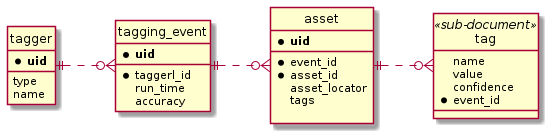
Earlier version of the PlantUML export docs/images/model.png (als-computing/splash-ml).
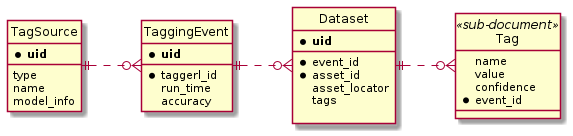
After the commit.

What changed in the source:
```diff
@@ -5,14 +5,15 @@
 
 left to right direction
 
-entity tagger{
+entity TagSource{
     * **uid**
     __
     type
     name
+    model_info
 }
 
-entity tagging_event{
+entity TaggingEvent{
     * **uid**
     __
     * taggerl_id
@@ -20,7 +21,7 @@
     accuracy
 }
 
-entity asset{
+entity Dataset{
     * **uid**
     ___
     * event_id
@@ -30,7 +31,7 @@
 
 }
 
-entity tag <<sub-document>> {
+entity Tag <<sub-document>> {
     name
     value
     confidence
@@ -38,7 +39,7 @@
 }
 
 
-tagger ||..o{ tagging_event
-tagging_event ||..o{ asset
-asset ||..o{ tag
+TagSource ||..o{ TaggingEvent
+TaggingEvent ||..o{ Dataset
+Dataset ||..o{ Tag
 @enduml
```
